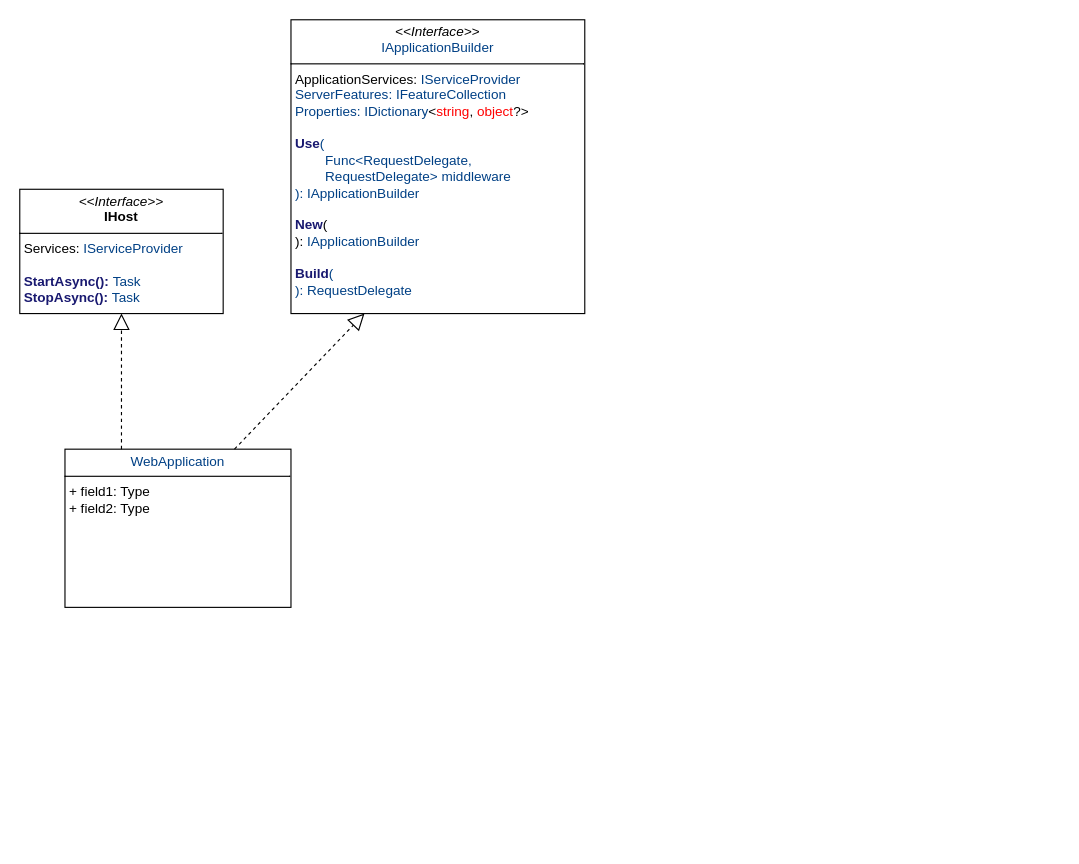
Before: Основные типы/Основные типы.drawio in KondyubaBA/AspNetCore-doc, a draw.io diagram. Source tidied: cells renumbered, new cells numbered last; positions are measured from the earlier drawing's top-left corner, leaving out a move shared by most shapes. Both pictures are drawn from the tidied source at 113%, with x=0, y=0 at pixel (19, 19).
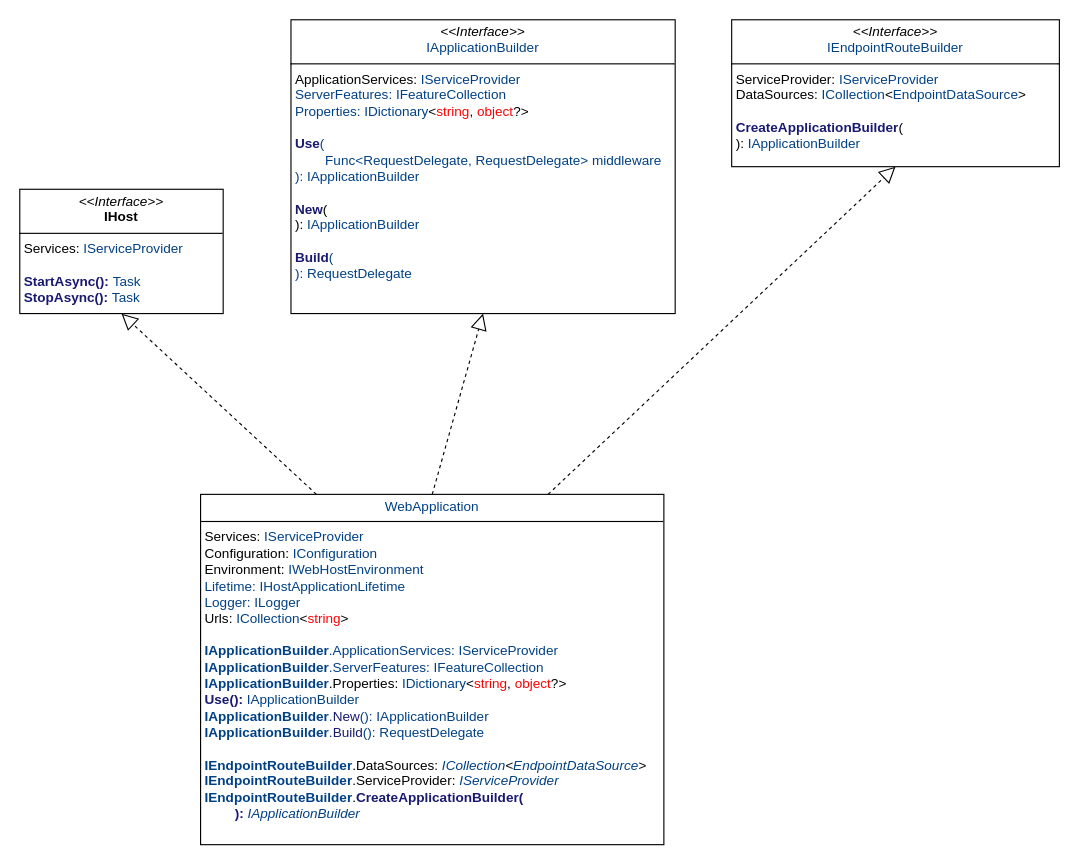
After the change.

Diff of the diagram source:
```diff
@@
 <mxGraphModel>
   <root>
     <mxCell id="0" />
     <mxCell id="1" parent="0" />
-    <mxCell id="2" value="&lt;p style=&quot;margin:0px;margin-top:4px;text-align:center;&quot;&gt;&lt;span style=&quot;color: rgb(0, 64, 133); background-color: transparent; text-align: left;&quot;&gt;WebApplication&lt;/span&gt;&lt;/p&gt;&lt;hr size=&quot;1&quot; style=&quot;border-style:solid;&quot;&gt;&lt;p style=&quot;margin:0px;margin-left:4px;&quot;&gt;+ field1: Type&lt;br&gt;+ field2: Type&lt;/p&gt;&lt;p style=&quot;margin:0px;margin-left:4px;&quot;&gt;&lt;br&gt;&lt;/p&gt;" style="verticalAlign=top;align=left;overflow=fill;html=1;whiteSpace=wrap;" parent="1" vertex="1">
-      <mxGeometry x="40" y="380" width="200" height="140" as="geometry" />
+    <mxCell id="2" value="&lt;p style=&quot;margin:0px;margin-top:4px;text-align:center;&quot;&gt;&lt;span style=&quot;color: rgb(0, 64, 133); background-color: transparent; text-align: left;&quot;&gt;WebApplication&lt;/span&gt;&lt;/p&gt;&lt;hr size=&quot;1&quot; style=&quot;border-style:solid;&quot;&gt;&lt;p style=&quot;margin:0px;margin-left:4px;&quot;&gt;Services:&amp;nbsp;&lt;span style=&quot;color: rgb(0, 64, 133); background-color: transparent;&quot;&gt;IServiceProvider&lt;/span&gt;&lt;/p&gt;&lt;p style=&quot;margin:0px;margin-left:4px;&quot;&gt;Configuration:&amp;nbsp;&lt;span style=&quot;color: rgb(0, 64, 133); background-color: transparent;&quot;&gt;&lt;/span&gt;&lt;span style=&quot;color: rgb(0, 64, 133); background-color: transparent;&quot;&gt;IConfiguration&lt;/span&gt;&lt;/p&gt;&lt;p style=&quot;margin:0px;margin-left:4px;&quot;&gt;Environment:&amp;nbsp;&lt;span style=&quot;color: rgb(0, 64, 133); background-color: transparent;&quot;&gt;&lt;/span&gt;&lt;span style=&quot;color: rgb(0, 64, 133); background-color: transparent;&quot;&gt;IWebHostEnvironment&lt;/span&gt;&lt;/p&gt;&lt;p style=&quot;margin:0px;margin-left:4px;&quot;&gt;&lt;span style=&quot;color: rgb(0, 64, 133); background-color: transparent;&quot;&gt;Lifetime:&amp;nbsp;&lt;/span&gt;&lt;span style=&quot;color: rgb(0, 64, 133); background-color: transparent;&quot;&gt;IHostApplicationLifetime&lt;/span&gt;&lt;/p&gt;&lt;p style=&quot;margin:0px;margin-left:4px;&quot;&gt;&lt;span style=&quot;color: rgb(0, 64, 133); background-color: transparent;&quot;&gt;Logger:&amp;nbsp;&lt;/span&gt;&lt;span style=&quot;color: rgb(0, 64, 133); background-color: transparent;&quot;&gt;ILogger&lt;/span&gt;&lt;/p&gt;&lt;p style=&quot;margin:0px;margin-left:4px;&quot;&gt;Urls:&amp;nbsp;&lt;span style=&quot;color: rgb(0, 64, 133); background-color: transparent;&quot;&gt;&lt;/span&gt;&lt;span style=&quot;background-color: transparent; color: rgb(0, 64, 133);&quot;&gt;ICollection&lt;/span&gt;&lt;span style=&quot;background-color: transparent; color: light-dark(rgb(0, 0, 0), rgb(255, 255, 255));&quot;&gt;&amp;lt;&lt;/span&gt;&lt;span style=&quot;background-color: transparent; color: rgb(255, 0, 0);&quot;&gt;string&lt;/span&gt;&lt;span style=&quot;background-color: transparent; color: light-dark(rgb(0, 0, 0), rgb(255, 255, 255));&quot;&gt;&amp;gt;&lt;/span&gt;&lt;/p&gt;&lt;p style=&quot;margin:0px;margin-left:4px;&quot;&gt;&lt;span style=&quot;background-color: transparent; color: light-dark(rgb(0, 0, 0), rgb(255, 255, 255));&quot;&gt;&lt;br&gt;&lt;/span&gt;&lt;/p&gt;&lt;p style=&quot;margin:0px;margin-left:4px;&quot;&gt;&lt;span style=&quot;color: rgb(0, 64, 133); background-color: transparent;&quot;&gt;&lt;b&gt;IApplicationBuilder&lt;/b&gt;.ApplicationServices:&amp;nbsp;&lt;/span&gt;&lt;span style=&quot;color: rgb(0, 64, 133); background-color: transparent;&quot;&gt;IServiceProvider&lt;/span&gt;&lt;/p&gt;&lt;p style=&quot;margin:0px;margin-left:4px;&quot;&gt;&lt;span style=&quot;color: rgb(0, 64, 133); background-color: transparent;&quot;&gt;&lt;span style=&quot;background-color: transparent; color: rgb(0, 64, 133);&quot;&gt;&lt;b&gt;IApplicationBuilder&lt;/b&gt;.ServerFeatures:&amp;nbsp;&lt;/span&gt;&lt;span style=&quot;background-color: transparent; color: rgb(0, 64, 133);&quot;&gt;IFeatureCollection&lt;/span&gt;&lt;/span&gt;&lt;/p&gt;&lt;p style=&quot;margin:0px;margin-left:4px;&quot;&gt;&lt;span style=&quot;color: rgb(0, 64, 133); background-color: transparent;&quot;&gt;&lt;span style=&quot;background-color: transparent; color: rgb(0, 64, 133);&quot;&gt;&lt;span style=&quot;color: rgb(0, 64, 133);&quot;&gt;&lt;b&gt;IApplicationBuilder&lt;/b&gt;&lt;/span&gt;&lt;span style=&quot;color: rgb(0, 0, 0);&quot;&gt;.Properties:&amp;nbsp;&lt;/span&gt;&lt;span style=&quot;color: light-dark(rgb(0, 0, 0), rgb(255, 255, 255)); background-color: transparent;&quot;&gt;&lt;/span&gt;&lt;span style=&quot;background-color: transparent; color: rgb(0, 64, 133);&quot;&gt;IDictionary&lt;/span&gt;&lt;span style=&quot;color: light-dark(rgb(0, 0, 0), rgb(255, 255, 255)); background-color: transparent;&quot;&gt;&amp;lt;&lt;/span&gt;&lt;span style=&quot;background-color: transparent; color: rgb(255, 0, 0);&quot;&gt;string&lt;/span&gt;&lt;span style=&quot;color: light-dark(rgb(0, 0, 0), rgb(255, 255, 255)); background-color: transparent;&quot;&gt;,&amp;nbsp;&lt;/span&gt;&lt;span style=&quot;background-color: transparent; color: rgb(255, 0, 0);&quot;&gt;object&lt;/span&gt;&lt;span style=&quot;color: light-dark(rgb(0, 0, 0), rgb(255, 255, 255)); background-color: transparent;&quot;&gt;?&amp;gt;&lt;/span&gt;&lt;/span&gt;&lt;/span&gt;&lt;/p&gt;&lt;p style=&quot;margin:0px;margin-left:4px;&quot;&gt;&lt;span style=&quot;color: rgb(0, 64, 133); background-color: transparent;&quot;&gt;&lt;span style=&quot;background-color: transparent; color: rgb(0, 64, 133);&quot;&gt;&lt;span style=&quot;color: rgb(25, 25, 112); font-weight: bold;&quot;&gt;Use():&amp;nbsp;&lt;/span&gt;&lt;span style=&quot;color: light-dark(rgb(0, 0, 0), rgb(255, 255, 255)); background-color: transparent;&quot;&gt;&lt;/span&gt;&lt;/span&gt;&lt;/span&gt;&lt;span style=&quot;color: rgb(0, 64, 133); background-color: transparent;&quot;&gt;IApplicationBuilder&lt;/span&gt;&lt;/p&gt;&lt;p style=&quot;margin:0px;margin-left:4px;&quot;&gt;&lt;span style=&quot;color: rgb(0, 64, 133); background-color: transparent;&quot;&gt;&lt;span style=&quot;background-color: transparent; color: rgb(0, 64, 133);&quot;&gt;&lt;b&gt;IApplicationBuilder&lt;/b&gt;.&lt;span style=&quot;color: rgb(25, 25, 112);&quot;&gt;New&lt;/span&gt;():&amp;nbsp;&lt;span style=&quot;color: light-dark(rgb(0, 0, 0), rgb(255, 255, 255)); background-color: transparent;&quot;&gt;&lt;/span&gt;&lt;/span&gt;&lt;/span&gt;&lt;span style=&quot;color: rgb(0, 64, 133); background-color: transparent;&quot;&gt;IApplicationBuilder&lt;/span&gt;&lt;/p&gt;&lt;p style=&quot;margin:0px;margin-left:4px;&quot;&gt;&lt;span style=&quot;color: rgb(0, 64, 133); background-color: transparent;&quot;&gt;&lt;span style=&quot;background-color: transparent; color: rgb(0, 64, 133);&quot;&gt;&lt;b&gt;IApplicationBuilder&lt;/b&gt;.&lt;span style=&quot;color: rgb(25, 25, 112);&quot;&gt;Build&lt;/span&gt;():&amp;nbsp;&lt;/span&gt;&lt;/span&gt;&lt;span style=&quot;color: rgb(0, 64, 133); background-color: transparent;&quot;&gt;RequestDelegate&lt;/span&gt;&lt;/p&gt;&lt;p style=&quot;margin:0px;margin-left:4px;&quot;&gt;&lt;br&gt;&lt;/p&gt;&lt;p style=&quot;margin:0px;margin-left:4px;&quot;&gt;&lt;span style=&quot;color: rgb(0, 64, 133);&quot;&gt;&lt;b&gt;IEndpointRouteBuilder&lt;/b&gt;&lt;/span&gt;.DataSources:&amp;nbsp;&lt;span style=&quot;background-color: transparent; color: light-dark(rgb(0, 0, 0), rgb(255, 255, 255));&quot;&gt;&lt;/span&gt;&lt;i&gt;&lt;span style=&quot;background-color: transparent; color: rgb(0, 64, 133);&quot;&gt;ICollection&lt;/span&gt;&lt;span style=&quot;background-color: transparent; color: light-dark(rgb(0, 0, 0), rgb(255, 255, 255));&quot;&gt;&amp;lt;&lt;/span&gt;&lt;span style=&quot;background-color: transparent; color: rgb(0, 64, 133);&quot;&gt;EndpointDataSource&lt;/span&gt;&lt;span style=&quot;background-color: transparent; color: light-dark(rgb(0, 0, 0), rgb(255, 255, 255));&quot;&gt;&amp;gt;&lt;/span&gt;&lt;/i&gt;&lt;/p&gt;&lt;p style=&quot;margin:0px;margin-left:4px;&quot;&gt;&lt;span style=&quot;color: rgb(0, 64, 133);&quot;&gt;&lt;b&gt;IEndpointRouteBuilder&lt;/b&gt;&lt;/span&gt;.ServiceProvider:&amp;nbsp;&lt;span style=&quot;background-color: transparent; color: light-dark(rgb(0, 0, 0), rgb(255, 255, 255));&quot;&gt;&lt;/span&gt;&lt;span style=&quot;color: rgb(0, 64, 133); background-color: transparent;&quot;&gt;&lt;i&gt;IServiceProvider&lt;/i&gt;&lt;/span&gt;&lt;/p&gt;&lt;p style=&quot;margin:0px;margin-left:4px;&quot;&gt;&lt;span style=&quot;color: rgb(0, 64, 133);&quot;&gt;&lt;b&gt;IEndpointRouteBuilder&lt;/b&gt;&lt;/span&gt;.&lt;span style=&quot;color: rgb(25, 25, 112); font-weight: bold;&quot;&gt;CreateApplicationBuilder(&lt;/span&gt;&lt;/p&gt;&lt;p style=&quot;margin:0px;margin-left:4px;&quot;&gt;&lt;span style=&quot;color: rgb(25, 25, 112); font-weight: bold;&quot;&gt;&lt;span style=&quot;white-space: pre;&quot;&gt;&#9;&lt;/span&gt;):&amp;nbsp;&lt;/span&gt;&lt;span style=&quot;color: rgb(0, 64, 133); background-color: transparent;&quot;&gt;&lt;/span&gt;&lt;span style=&quot;color: rgb(0, 64, 133); background-color: transparent;&quot;&gt;&lt;i&gt;IApplicationBuilder&lt;/i&gt;&lt;/span&gt;&lt;/p&gt;&lt;p style=&quot;margin:0px;margin-left:4px;&quot;&gt;&lt;br&gt;&lt;/p&gt;" style="verticalAlign=top;align=left;overflow=fill;html=1;whiteSpace=wrap;" parent="1" vertex="1">
+      <mxGeometry x="160" y="420" width="410" height="310" as="geometry" />
     </mxCell>
     <mxCell id="3" value="&lt;p style=&quot;margin:0px;margin-top:4px;text-align:center;&quot;&gt;&lt;i&gt;&amp;lt;&amp;lt;Interface&amp;gt;&amp;gt;&lt;/i&gt;&lt;br&gt;&lt;b&gt;IHost&lt;/b&gt;&lt;/p&gt;&lt;hr size=&quot;1&quot; style=&quot;border-style:solid;&quot;&gt;&lt;p style=&quot;margin:0px;margin-left:4px;&quot;&gt;Services:&amp;nbsp;&lt;span style=&quot;color: rgb(0, 64, 133); background-color: transparent;&quot;&gt;IServiceProvider&lt;/span&gt;&lt;/p&gt;&lt;p style=&quot;margin:0px;margin-left:4px;&quot;&gt;&lt;span style=&quot;color: rgb(0, 64, 133); background-color: transparent;&quot;&gt;&lt;br&gt;&lt;/span&gt;&lt;/p&gt;&lt;p style=&quot;margin:0px;margin-left:4px;&quot;&gt;&lt;span style=&quot;color: rgb(25, 25, 112); font-weight: bold;&quot;&gt;StartAsync():&amp;nbsp;&lt;/span&gt;&lt;span style=&quot;color: rgb(0, 64, 133); background-color: transparent;&quot;&gt;Task&lt;/span&gt;&lt;/p&gt;&lt;p style=&quot;margin:0px;margin-left:4px;&quot;&gt;&lt;span style=&quot;color: rgb(25, 25, 112); font-weight: bold;&quot;&gt;StopAsync():&amp;nbsp;&lt;/span&gt;&lt;span style=&quot;color: rgb(0, 64, 133); background-color: transparent;&quot;&gt;&lt;/span&gt;&lt;span style=&quot;color: rgb(0, 64, 133); background-color: transparent;&quot;&gt;Task&lt;/span&gt;&lt;/p&gt;" style="verticalAlign=top;align=left;overflow=fill;html=1;whiteSpace=wrap;" parent="1" vertex="1">
       <mxGeometry y="150" width="180" height="110" as="geometry" />
     </mxCell>
     <mxCell id="4" style="endArrow=block;dashed=1;endFill=0;endSize=12;html=1;rounded=0;entryX=0.5;entryY=1;entryDx=0;entryDy=0;exitX=0.25;exitY=0;exitDx=0;exitDy=0;" parent="1" edge="1" source="2" target="3">
       <mxGeometry relative="1" as="geometry" />
     </mxCell>
-    <mxCell id="5" value="&lt;p style=&quot;margin:0px;margin-top:4px;text-align:center;&quot;&gt;&lt;i&gt;&amp;lt;&amp;lt;Interface&amp;gt;&amp;gt;&lt;/i&gt;&lt;br&gt;&lt;span style=&quot;color: rgb(0, 64, 133); background-color: transparent; text-align: left;&quot;&gt;IApplicationBuilder&lt;/span&gt;&lt;/p&gt;&lt;hr size=&quot;1&quot; style=&quot;border-style:solid;&quot;&gt;&lt;p style=&quot;margin:0px;margin-left:4px;&quot;&gt;ApplicationServices:&amp;nbsp;&lt;span style=&quot;color: rgb(0, 64, 133); background-color: transparent;&quot;&gt;IServiceProvider&lt;/span&gt;&lt;/p&gt;&lt;p style=&quot;margin:0px;margin-left:4px;&quot;&gt;&lt;span style=&quot;color: rgb(0, 64, 133); background-color: transparent;&quot;&gt;ServerFeatures:&amp;nbsp;&lt;/span&gt;&lt;span style=&quot;color: rgb(0, 64, 133); background-color: transparent;&quot;&gt;IFeatureCollection&lt;/span&gt;&lt;/p&gt;&lt;p style=&quot;margin:0px;margin-left:4px;&quot;&gt;&lt;span style=&quot;color: rgb(0, 64, 133); background-color: transparent;&quot;&gt;Properties:&amp;nbsp;&lt;/span&gt;&lt;span style=&quot;background-color: transparent; color: rgb(0, 64, 133);&quot;&gt;IDictionary&lt;/span&gt;&lt;span style=&quot;background-color: transparent; color: light-dark(rgb(0, 0, 0), rgb(255, 255, 255));&quot;&gt;&amp;lt;&lt;/span&gt;&lt;span style=&quot;background-color: transparent; color: rgb(255, 0, 0);&quot;&gt;string&lt;/span&gt;&lt;span style=&quot;background-color: transparent; color: light-dark(rgb(0, 0, 0), rgb(255, 255, 255));&quot;&gt;, &lt;/span&gt;&lt;span style=&quot;background-color: transparent; color: rgb(255, 0, 0);&quot;&gt;object&lt;/span&gt;&lt;span style=&quot;background-color: transparent; color: light-dark(rgb(0, 0, 0), rgb(255, 255, 255));&quot;&gt;?&amp;gt;&lt;/span&gt;&lt;/p&gt;&lt;p style=&quot;margin:0px;margin-left:4px;&quot;&gt;&lt;span style=&quot;color: rgb(0, 64, 133); background-color: transparent;&quot;&gt;&lt;br&gt;&lt;/span&gt;&lt;/p&gt;&lt;p style=&quot;margin:0px;margin-left:4px;&quot;&gt;&lt;span style=&quot;color: rgb(0, 64, 133); background-color: transparent;&quot;&gt;&lt;span style=&quot;color: rgb(25, 25, 112); font-weight: bold;&quot;&gt;Use&lt;/span&gt;(&lt;/span&gt;&lt;/p&gt;&lt;p style=&quot;margin:0px;margin-left:4px;&quot;&gt;&lt;span style=&quot;color: rgb(0, 64, 133); background-color: transparent;&quot;&gt;&lt;span style=&quot;white-space: pre;&quot;&gt;&#9;&lt;/span&gt;Func&amp;lt;RequestDelegate,&amp;nbsp;&lt;/span&gt;&lt;/p&gt;&lt;p style=&quot;margin:0px;margin-left:4px;&quot;&gt;&lt;span style=&quot;color: rgb(0, 64, 133); background-color: transparent;&quot;&gt;&lt;span style=&quot;white-space: pre;&quot;&gt;&#9;&lt;/span&gt;RequestDelegate&amp;gt; middleware&lt;/span&gt;&lt;/p&gt;&lt;p style=&quot;margin:0px;margin-left:4px;&quot;&gt;&lt;span style=&quot;color: rgb(0, 64, 133); background-color: transparent;&quot;&gt;):&amp;nbsp;&lt;/span&gt;&lt;span style=&quot;color: rgb(0, 64, 133); background-color: transparent;&quot;&gt;IApplicationBuilder&lt;/span&gt;&lt;/p&gt;&lt;p style=&quot;margin:0px;margin-left:4px;&quot;&gt;&lt;span style=&quot;color: rgb(0, 64, 133); background-color: transparent;&quot;&gt;&lt;br&gt;&lt;/span&gt;&lt;/p&gt;&lt;p style=&quot;margin:0px;margin-left:4px;&quot;&gt;&lt;span style=&quot;color: rgb(25, 25, 112); font-weight: bold;&quot;&gt;New&lt;/span&gt;(&lt;/p&gt;&lt;p style=&quot;margin:0px;margin-left:4px;&quot;&gt;):&amp;nbsp;&lt;span style=&quot;color: rgb(0, 64, 133); background-color: transparent;&quot;&gt;&lt;/span&gt;&lt;span style=&quot;color: rgb(0, 64, 133); background-color: transparent;&quot;&gt;IApplicationBuilder&lt;/span&gt;&lt;/p&gt;&lt;p style=&quot;margin:0px;margin-left:4px;&quot;&gt;&lt;span style=&quot;color: rgb(0, 64, 133); background-color: transparent;&quot;&gt;&lt;br&gt;&lt;/span&gt;&lt;/p&gt;&lt;p style=&quot;margin:0px;margin-left:4px;&quot;&gt;&lt;span style=&quot;color: rgb(0, 64, 133); background-color: transparent;&quot;&gt;&lt;span style=&quot;color: rgb(25, 25, 112); font-weight: bold;&quot;&gt;Build&lt;/span&gt;(&lt;/span&gt;&lt;/p&gt;&lt;p style=&quot;margin:0px;margin-left:4px;&quot;&gt;&lt;span style=&quot;color: rgb(0, 64, 133); background-color: transparent;&quot;&gt;):&amp;nbsp;&lt;/span&gt;&lt;span style=&quot;color: rgb(0, 64, 133); background-color: transparent;&quot;&gt;RequestDelegate&lt;/span&gt;&lt;/p&gt;" style="verticalAlign=top;align=left;overflow=fill;html=1;whiteSpace=wrap;" parent="1" vertex="1">
-      <mxGeometry x="240" width="260" height="260" as="geometry" />
+    <mxCell id="5" value="&lt;p style=&quot;margin:0px;margin-top:4px;text-align:center;&quot;&gt;&lt;i&gt;&amp;lt;&amp;lt;Interface&amp;gt;&amp;gt;&lt;/i&gt;&lt;br&gt;&lt;span style=&quot;color: rgb(0, 64, 133); background-color: transparent; text-align: left;&quot;&gt;IApplicationBuilder&lt;/span&gt;&lt;/p&gt;&lt;hr size=&quot;1&quot; style=&quot;border-style:solid;&quot;&gt;&lt;p style=&quot;margin:0px;margin-left:4px;&quot;&gt;ApplicationServices:&amp;nbsp;&lt;span style=&quot;color: rgb(0, 64, 133); background-color: transparent;&quot;&gt;IServiceProvider&lt;/span&gt;&lt;/p&gt;&lt;p style=&quot;margin:0px;margin-left:4px;&quot;&gt;&lt;span style=&quot;color: rgb(0, 64, 133); background-color: transparent;&quot;&gt;ServerFeatures:&amp;nbsp;&lt;/span&gt;&lt;span style=&quot;color: rgb(0, 64, 133); background-color: transparent;&quot;&gt;IFeatureCollection&lt;/span&gt;&lt;/p&gt;&lt;p style=&quot;margin:0px;margin-left:4px;&quot;&gt;&lt;span style=&quot;color: rgb(0, 64, 133); background-color: transparent;&quot;&gt;Properties:&amp;nbsp;&lt;/span&gt;&lt;span style=&quot;background-color: transparent; color: rgb(0, 64, 133);&quot;&gt;IDictionary&lt;/span&gt;&lt;span style=&quot;background-color: transparent; color: light-dark(rgb(0, 0, 0), rgb(255, 255, 255));&quot;&gt;&amp;lt;&lt;/span&gt;&lt;span style=&quot;background-color: transparent; color: rgb(255, 0, 0);&quot;&gt;string&lt;/span&gt;&lt;span style=&quot;background-color: transparent; color: light-dark(rgb(0, 0, 0), rgb(255, 255, 255));&quot;&gt;, &lt;/span&gt;&lt;span style=&quot;background-color: transparent; color: rgb(255, 0, 0);&quot;&gt;object&lt;/span&gt;&lt;span style=&quot;background-color: transparent; color: light-dark(rgb(0, 0, 0), rgb(255, 255, 255));&quot;&gt;?&amp;gt;&lt;/span&gt;&lt;/p&gt;&lt;p style=&quot;margin:0px;margin-left:4px;&quot;&gt;&lt;span style=&quot;color: rgb(0, 64, 133); background-color: transparent;&quot;&gt;&lt;br&gt;&lt;/span&gt;&lt;/p&gt;&lt;p style=&quot;margin:0px;margin-left:4px;&quot;&gt;&lt;span style=&quot;color: rgb(0, 64, 133); background-color: transparent;&quot;&gt;&lt;span style=&quot;color: rgb(25, 25, 112); font-weight: bold;&quot;&gt;Use&lt;/span&gt;(&lt;/span&gt;&lt;/p&gt;&lt;p style=&quot;margin:0px;margin-left:4px;&quot;&gt;&lt;span style=&quot;color: rgb(0, 64, 133); background-color: transparent;&quot;&gt;&lt;span style=&quot;white-space: pre;&quot;&gt;&#9;&lt;/span&gt;Func&amp;lt;RequestDelegate,&amp;nbsp;&lt;/span&gt;&lt;span style=&quot;background-color: transparent; color: light-dark(rgb(0, 64, 133), rgb(142, 197, 255));&quot;&gt;RequestDelegate&amp;gt; middleware&lt;/span&gt;&lt;/p&gt;&lt;p style=&quot;margin:0px;margin-left:4px;&quot;&gt;&lt;span style=&quot;color: rgb(0, 64, 133); background-color: transparent;&quot;&gt;):&amp;nbsp;&lt;/span&gt;&lt;span style=&quot;color: rgb(0, 64, 133); background-color: transparent;&quot;&gt;IApplicationBuilder&lt;/span&gt;&lt;/p&gt;&lt;p style=&quot;margin:0px;margin-left:4px;&quot;&gt;&lt;span style=&quot;color: rgb(0, 64, 133); background-color: transparent;&quot;&gt;&lt;br&gt;&lt;/span&gt;&lt;/p&gt;&lt;p style=&quot;margin:0px;margin-left:4px;&quot;&gt;&lt;span style=&quot;color: rgb(25, 25, 112); font-weight: bold;&quot;&gt;New&lt;/span&gt;(&lt;/p&gt;&lt;p style=&quot;margin:0px;margin-left:4px;&quot;&gt;):&amp;nbsp;&lt;span style=&quot;color: rgb(0, 64, 133); background-color: transparent;&quot;&gt;&lt;/span&gt;&lt;span style=&quot;color: rgb(0, 64, 133); background-color: transparent;&quot;&gt;IApplicationBuilder&lt;/span&gt;&lt;/p&gt;&lt;p style=&quot;margin:0px;margin-left:4px;&quot;&gt;&lt;span style=&quot;color: rgb(0, 64, 133); background-color: transparent;&quot;&gt;&lt;br&gt;&lt;/span&gt;&lt;/p&gt;&lt;p style=&quot;margin:0px;margin-left:4px;&quot;&gt;&lt;span style=&quot;color: rgb(0, 64, 133); background-color: transparent;&quot;&gt;&lt;span style=&quot;color: rgb(25, 25, 112); font-weight: bold;&quot;&gt;Build&lt;/span&gt;(&lt;/span&gt;&lt;/p&gt;&lt;p style=&quot;margin:0px;margin-left:4px;&quot;&gt;&lt;span style=&quot;color: rgb(0, 64, 133); background-color: transparent;&quot;&gt;):&amp;nbsp;&lt;/span&gt;&lt;span style=&quot;color: rgb(0, 64, 133); background-color: transparent;&quot;&gt;RequestDelegate&lt;/span&gt;&lt;/p&gt;" style="verticalAlign=top;align=left;overflow=fill;html=1;whiteSpace=wrap;" parent="1" vertex="1">
+      <mxGeometry x="240" width="340" height="260" as="geometry" />
     </mxCell>
-    <mxCell id="6" style="endArrow=block;dashed=1;endFill=0;endSize=12;html=1;rounded=0;entryX=0.25;entryY=1;entryDx=0;entryDy=0;exitX=0.75;exitY=0;exitDx=0;exitDy=0;" parent="1" edge="1" source="2" target="5">
+    <mxCell id="6" style="endArrow=block;dashed=1;endFill=0;endSize=12;html=1;rounded=0;entryX=0.5;entryY=1;entryDx=0;entryDy=0;exitX=0.5;exitY=0;exitDx=0;exitDy=0;" parent="1" edge="1" source="2" target="5">
       <mxGeometry relative="1" as="geometry" />
     </mxCell>
+    <mxCell id="7" value="&lt;p style=&quot;margin:0px;margin-top:4px;text-align:center;&quot;&gt;&lt;i&gt;&amp;lt;&amp;lt;Interface&amp;gt;&amp;gt;&lt;/i&gt;&lt;br&gt;&lt;span style=&quot;color: rgb(0, 64, 133); background-color: transparent; text-align: left;&quot;&gt;IEndpointRouteBuilder&lt;/span&gt;&lt;/p&gt;&lt;hr size=&quot;1&quot; style=&quot;border-style:solid;&quot;&gt;&lt;p style=&quot;margin:0px;margin-left:4px;&quot;&gt;ServiceProvider:&amp;nbsp;&lt;span style=&quot;color: rgb(0, 64, 133); background-color: transparent;&quot;&gt;IServiceProvider&lt;/span&gt;&lt;/p&gt;&lt;p style=&quot;margin:0px;margin-left:4px;&quot;&gt;DataSources:&amp;nbsp;&lt;span style=&quot;color: rgb(0, 64, 133); background-color: transparent;&quot;&gt;&lt;/span&gt;&lt;span style=&quot;background-color: transparent; color: rgb(0, 64, 133);&quot;&gt;ICollection&lt;/span&gt;&lt;span style=&quot;background-color: transparent; color: light-dark(rgb(0, 0, 0), rgb(255, 255, 255));&quot;&gt;&amp;lt;&lt;/span&gt;&lt;span style=&quot;background-color: transparent; color: rgb(0, 64, 133);&quot;&gt;EndpointDataSource&lt;/span&gt;&lt;span style=&quot;background-color: transparent; color: light-dark(rgb(0, 0, 0), rgb(255, 255, 255));&quot;&gt;&amp;gt;&lt;/span&gt;&lt;/p&gt;&lt;p style=&quot;margin:0px;margin-left:4px;&quot;&gt;&lt;span style=&quot;background-color: transparent; color: light-dark(rgb(0, 0, 0), rgb(255, 255, 255));&quot;&gt;&lt;br&gt;&lt;/span&gt;&lt;/p&gt;&lt;p style=&quot;margin:0px;margin-left:4px;&quot;&gt;&lt;span style=&quot;color: rgb(25, 25, 112); font-weight: bold;&quot;&gt;CreateApplicationBuilder&lt;/span&gt;(&lt;/p&gt;&lt;p style=&quot;margin:0px;margin-left:4px;&quot;&gt;):&amp;nbsp;&lt;span style=&quot;background-color: transparent; color: light-dark(rgb(0, 0, 0), rgb(255, 255, 255));&quot;&gt;&lt;/span&gt;&lt;span style=&quot;color: rgb(0, 64, 133); background-color: transparent;&quot;&gt;IApplicationBuilder&lt;/span&gt;&lt;/p&gt;" style="verticalAlign=top;align=left;overflow=fill;html=1;whiteSpace=wrap;" parent="1" vertex="1">
+      <mxGeometry x="630" width="290" height="130" as="geometry" />
+    </mxCell>
+    <mxCell id="8" style="endArrow=block;dashed=1;endFill=0;endSize=12;html=1;rounded=0;entryX=0.5;entryY=1;entryDx=0;entryDy=0;exitX=0.75;exitY=0;exitDx=0;exitDy=0;" parent="1" edge="1" source="2" target="7">
+      <mxGeometry relative="1" as="geometry" />
+    </mxCell>
   </root>
 </mxGraphModel>
```
